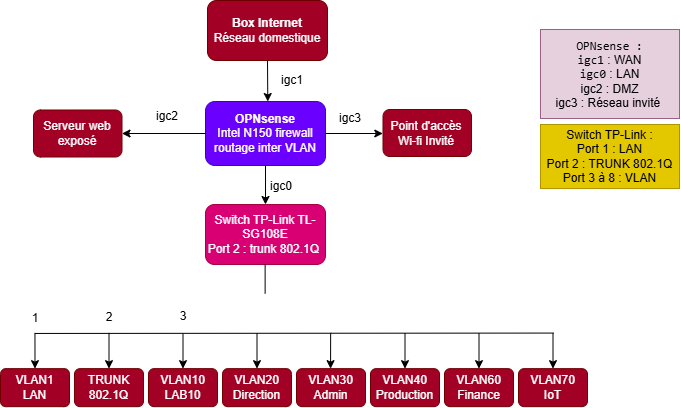
lilianP-57/laboratoire-personnel-s-curit--r-seau keeps this draw.io diagram as Schéma Lab perso.drawio.png. Above is the earlier version. Source tidied: cells renumbered, new cells last; positions are measured from the earlier drawing's top-left corner, leaving out a move shared by most shapes.
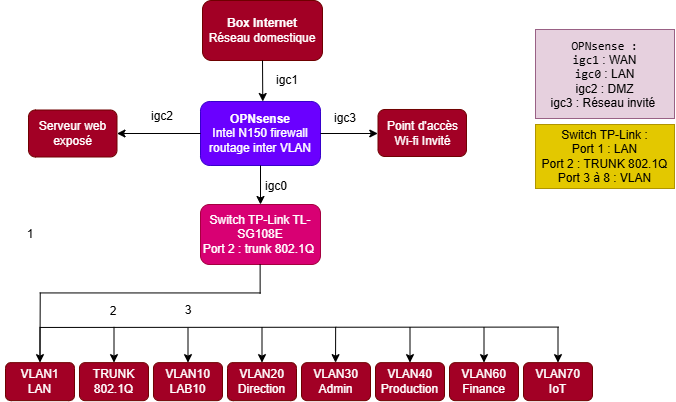
Later version of the same file.

Commit message:
Mettre à jour Schéma Lab perso.drawio.png

Diff of the diagram source:
```diff
@@ -24,25 +24,25 @@
       <mxGeometry x="251" y="171" width="60" height="30" as="geometry" />
     </mxCell>
     <mxCell id="9" value="TRUNK&lt;div&gt;802.1Q&lt;/div&gt;" style="rounded=1;whiteSpace=wrap;html=1;roundedPerimeter=1;fillColor=light-dark(#a20025, #a30085);strokeColor=#6F0000;fontColor=light-dark(#FFFFFF,#EEEEEE);" parent="1" vertex="1">
-      <mxGeometry x="74" y="368.1" width="69" height="38" as="geometry" />
+      <mxGeometry x="84" y="362.1" width="69" height="38" as="geometry" />
     </mxCell>
     <mxCell id="10" value="VLAN10&lt;div&gt;LAB10&lt;/div&gt;" style="rounded=1;whiteSpace=wrap;html=1;roundedPerimeter=1;fillColor=light-dark(#a20025, #a30085);strokeColor=#6F0000;fontColor=light-dark(#FFFFFF,#EEEEEE);" parent="1" vertex="1">
-      <mxGeometry x="148" y="368.1" width="69" height="38" as="geometry" />
+      <mxGeometry x="158" y="362.1" width="69" height="38" as="geometry" />
     </mxCell>
     <mxCell id="11" value="VLAN20&lt;div&gt;Direction&lt;/div&gt;" style="rounded=1;whiteSpace=wrap;html=1;roundedPerimeter=1;fillColor=light-dark(#a20025, #a30085);strokeColor=#6F0000;fontColor=light-dark(#FFFFFF,#EEEEEE);" parent="1" vertex="1">
-      <mxGeometry x="222" y="368.1" width="69" height="38" as="geometry" />
+      <mxGeometry x="232" y="362.1" width="69" height="38" as="geometry" />
     </mxCell>
     <mxCell id="12" value="VLAN30&lt;div&gt;Admin&lt;/div&gt;" style="rounded=1;whiteSpace=wrap;html=1;roundedPerimeter=1;fillColor=light-dark(#a20025, #a30085);strokeColor=#6F0000;fontColor=light-dark(#FFFFFF,#EEEEEE);" parent="1" vertex="1">
-      <mxGeometry x="296" y="368.1" width="69" height="38" as="geometry" />
+      <mxGeometry x="306" y="362.1" width="69" height="38" as="geometry" />
     </mxCell>
     <mxCell id="13" value="VLAN40&lt;div&gt;Production&lt;/div&gt;" style="rounded=1;whiteSpace=wrap;html=1;roundedPerimeter=1;fillColor=light-dark(#a20025, #a30085);strokeColor=#6F0000;fontColor=light-dark(#FFFFFF,#EEEEEE);" parent="1" vertex="1">
-      <mxGeometry x="370" y="368.1" width="69" height="38" as="geometry" />
+      <mxGeometry x="380" y="362.1" width="69" height="38" as="geometry" />
     </mxCell>
     <mxCell id="14" value="VLAN60&lt;div&gt;Finance&lt;/div&gt;" style="rounded=1;whiteSpace=wrap;html=1;roundedPerimeter=1;fillColor=light-dark(#a20025, #a30085);strokeColor=#6F0000;fontColor=light-dark(#FFFFFF,#EEEEEE);" parent="1" vertex="1">
-      <mxGeometry x="444" y="368.1" width="69" height="38" as="geometry" />
+      <mxGeometry x="454" y="362.1" width="69" height="38" as="geometry" />
     </mxCell>
     <mxCell id="15" value="VLAN70&lt;div&gt;IoT&lt;/div&gt;" style="rounded=1;whiteSpace=wrap;html=1;roundedPerimeter=1;fillColor=light-dark(#a20025, #a30085);strokeColor=#6F0000;fontColor=light-dark(#FFFFFF,#EEEEEE);" parent="1" vertex="1">
-      <mxGeometry x="518" y="368.1" width="69" height="38" as="geometry" />
+      <mxGeometry x="528" y="362.1" width="69" height="38" as="geometry" />
     </mxCell>
     <mxCell id="16" style="endArrow=none;html=1;rounded=0;defaultLabelBackgroundColor=page;exitX=0.496;exitY=1.14;exitDx=0;exitDy=0;" parent="1" edge="1" source="5">
       <mxGeometry relative="1" as="geometry">
@@ -51,43 +51,43 @@
     </mxCell>
     <mxCell id="17" style="endArrow=none;html=1;rounded=0;defaultLabelBackgroundColor=page;" parent="1" edge="1">
       <mxGeometry relative="1" as="geometry">
-        <mxPoint x="553" y="332.6" as="sourcePoint" />
-        <mxPoint x="34.4" y="332.9" as="targetPoint" />
+        <mxPoint x="563" y="326.6" as="sourcePoint" />
+        <mxPoint x="44.4" y="326.9" as="targetPoint" />
       </mxGeometry>
     </mxCell>
     <mxCell id="18" style="endArrow=classic;html=1;rounded=0;defaultLabelBackgroundColor=page;entryX=0.5;entryY=0;entryDx=0;entryDy=0;" parent="1" edge="1" target="9">
       <mxGeometry relative="1" as="geometry">
-        <mxPoint x="108.5" y="332.4" as="sourcePoint" />
+        <mxPoint x="118.5" y="326.4" as="sourcePoint" />
       </mxGeometry>
     </mxCell>
     <mxCell id="19" style="endArrow=classic;html=1;rounded=0;defaultLabelBackgroundColor=page;entryX=0.493;entryY=-0.035;entryDx=0;entryDy=0;" parent="1" edge="1" target="12">
       <mxGeometry relative="1" as="geometry">
-        <mxPoint x="330.1" y="332.4" as="sourcePoint" />
+        <mxPoint x="340.1" y="326.4" as="sourcePoint" />
       </mxGeometry>
     </mxCell>
     <mxCell id="20" style="endArrow=classic;html=1;rounded=0;defaultLabelBackgroundColor=page;entryX=0.5;entryY=0;entryDx=0;entryDy=0;" parent="1" edge="1" target="13">
       <mxGeometry relative="1" as="geometry">
-        <mxPoint x="404.5" y="332.6" as="sourcePoint" />
+        <mxPoint x="414.5" y="326.6" as="sourcePoint" />
       </mxGeometry>
     </mxCell>
     <mxCell id="21" style="endArrow=classic;html=1;rounded=0;defaultLabelBackgroundColor=page;entryX=0.5;entryY=0;entryDx=0;entryDy=0;" parent="1" edge="1" target="14">
       <mxGeometry relative="1" as="geometry">
-        <mxPoint x="478.5" y="332.5" as="sourcePoint" />
+        <mxPoint x="488.5" y="326.5" as="sourcePoint" />
       </mxGeometry>
     </mxCell>
     <mxCell id="22" style="endArrow=classic;html=1;rounded=0;defaultLabelBackgroundColor=page;entryX=0.5;entryY=0;entryDx=0;entryDy=0;" parent="1" edge="1" target="10">
       <mxGeometry relative="1" as="geometry">
-        <mxPoint x="182.5" y="333.3" as="sourcePoint" />
+        <mxPoint x="192.5" y="327.3" as="sourcePoint" />
       </mxGeometry>
     </mxCell>
     <mxCell id="23" style="endArrow=classic;html=1;rounded=0;defaultLabelBackgroundColor=page;entryX=0.5;entryY=0;entryDx=0;entryDy=0;" parent="1" edge="1" target="11">
       <mxGeometry relative="1" as="geometry">
-        <mxPoint x="256.5" y="332.9" as="sourcePoint" />
+        <mxPoint x="266.5" y="326.9" as="sourcePoint" />
       </mxGeometry>
     </mxCell>
     <mxCell id="24" style="endArrow=classic;html=1;rounded=0;defaultLabelBackgroundColor=page;entryX=0.5;entryY=0;entryDx=0;entryDy=0;" parent="1" edge="1" target="15">
       <mxGeometry relative="1" as="geometry">
-        <mxPoint x="552.5" y="333" as="sourcePoint" />
+        <mxPoint x="562.5" y="327" as="sourcePoint" />
       </mxGeometry>
     </mxCell>
     <mxCell id="25" style="endArrow=classic;html=1;rounded=0;defaultLabelBackgroundColor=page;exitX=1;exitY=0.5;exitDx=0;exitDy=0;" parent="1" edge="1" source="4">
@@ -117,21 +117,33 @@
       <mxGeometry x="540" y="124" width="139" height="64" as="geometry" />
     </mxCell>
     <mxCell id="33" value="1" style="text;html=1;whiteSpace=wrap;strokeColor=none;fillColor=none;align=center;verticalAlign=middle;rounded=0;" parent="1" vertex="1">
-      <mxGeometry x="4.5" y="303" width="60" height="30" as="geometry" />
+      <mxGeometry x="5" y="219" width="60" height="30" as="geometry" />
     </mxCell>
     <mxCell id="34" value="2" style="text;html=1;whiteSpace=wrap;strokeColor=none;fillColor=none;align=center;verticalAlign=middle;rounded=0;" parent="1" vertex="1">
-      <mxGeometry x="78.5" y="302" width="60" height="30" as="geometry" />
+      <mxGeometry x="88.5" y="296" width="60" height="30" as="geometry" />
     </mxCell>
     <mxCell id="35" value="3" style="text;html=1;whiteSpace=wrap;strokeColor=none;fillColor=none;align=center;verticalAlign=middle;rounded=0;" parent="1" vertex="1">
-      <mxGeometry x="153" y="301" width="60" height="30" as="geometry" />
+      <mxGeometry x="163" y="295" width="60" height="30" as="geometry" />
     </mxCell>
     <mxCell id="36" value="VLAN1&lt;div&gt;LAN&lt;/div&gt;" style="rounded=1;whiteSpace=wrap;html=1;roundedPerimeter=1;fillColor=light-dark(#a20025, #a30085);strokeColor=#6F0000;fontColor=light-dark(#FFFFFF,#EEEEEE);" parent="1" vertex="1">
-      <mxGeometry y="368.1" width="69" height="38" as="geometry" />
+      <mxGeometry x="10" y="362.1" width="69" height="38" as="geometry" />
     </mxCell>
     <mxCell id="37" style="endArrow=classic;html=1;rounded=0;defaultLabelBackgroundColor=page;entryX=0.5;entryY=0;entryDx=0;entryDy=0;" parent="1" edge="1" target="36">
       <mxGeometry relative="1" as="geometry">
-        <mxPoint x="34.5" y="332.4" as="sourcePoint" />
+        <mxPoint x="44.5" y="326.4" as="sourcePoint" />
       </mxGeometry>
     </mxCell>
+    <mxCell id="38" style="endArrow=none;html=1;rounded=0;defaultLabelBackgroundColor=page;" parent="1" edge="1">
+      <mxGeometry relative="1" as="geometry">
+        <mxPoint x="264.9" y="292.4" as="sourcePoint" />
+        <mxPoint x="44.4" y="292.4" as="targetPoint" />
+      </mxGeometry>
+    </mxCell>
+    <mxCell id="39" style="endArrow=none;html=1;rounded=0;defaultLabelBackgroundColor=page;" parent="1" edge="1">
+      <mxGeometry relative="1" as="geometry">
+        <mxPoint x="44.5" y="354.9" as="sourcePoint" />
+        <mxPoint x="44.7" y="292.2" as="targetPoint" />
+      </mxGeometry>
+    </mxCell>
   </root>
 </mxGraphModel>
```
